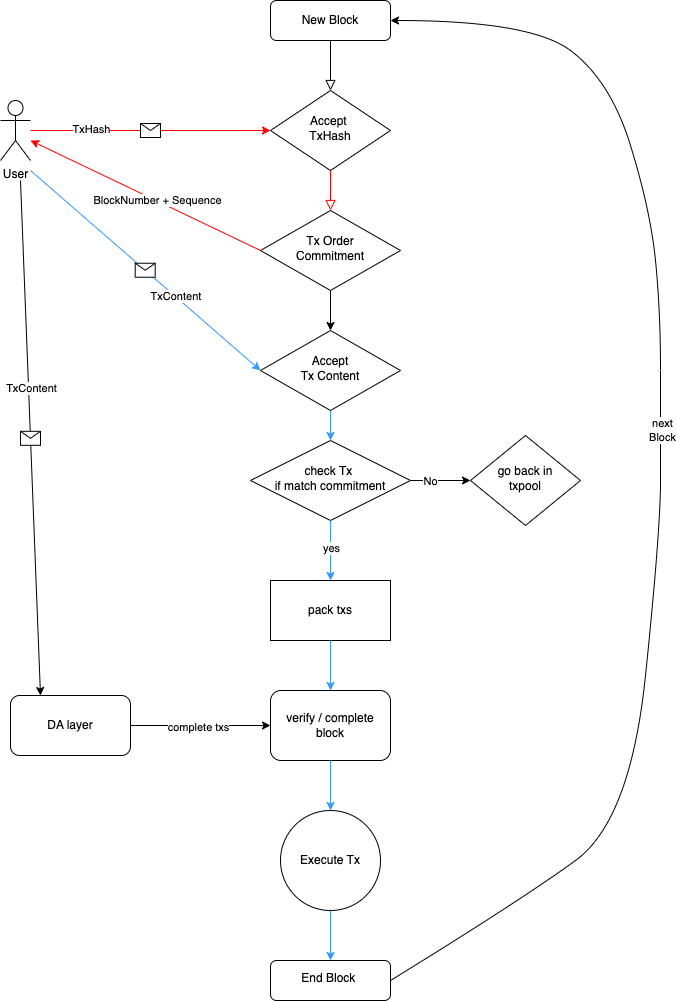
The draw.io diagram MEVless/docs/mevless.png in yu-org/nine-tripods, before a commit. Source tidied: cells renumbered, new cells last; positions are measured from the earlier drawing's top-left corner, leaving out a move shared by most shapes.
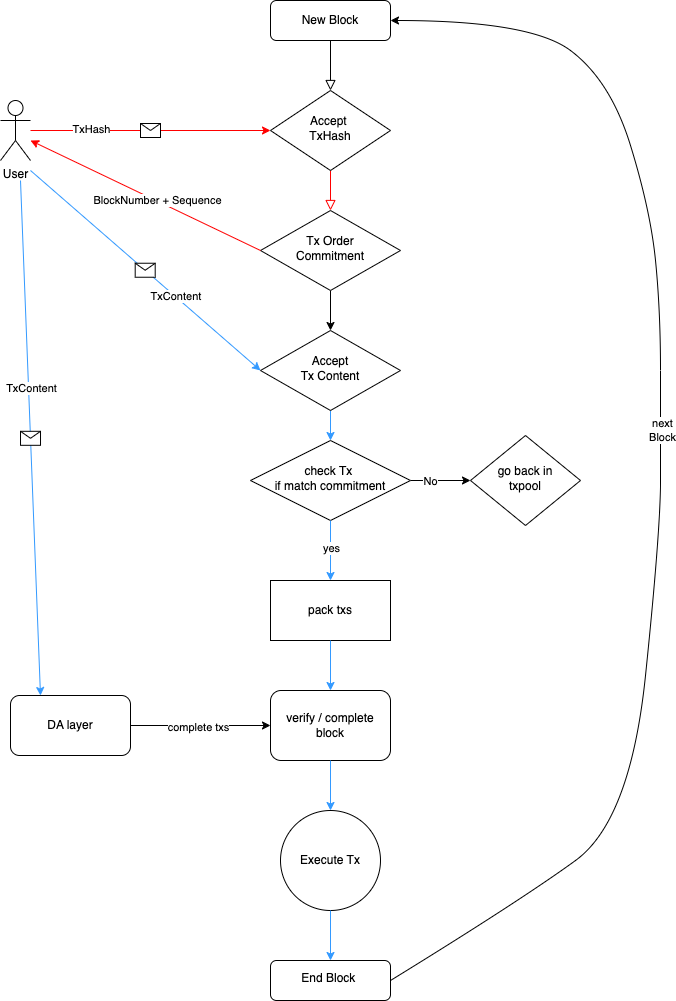
After the commit.

Change to the diagram source:
```diff
@@ -132,7 +132,7 @@
     <mxCell id="36" value="complete txs" style="edgeLabel;html=1;align=center;verticalAlign=middle;" parent="35" vertex="1">
       <mxGeometry x="-0.04" y="-1" relative="1" as="geometry" />
     </mxCell>
-    <mxCell id="37" style="endArrow=classic;html=1;rounded=0;entryX=0.25;entryY=0;entryDx=0;entryDy=0;" parent="1" edge="1" target="34">
+    <mxCell id="37" style="endArrow=classic;html=1;rounded=0;entryX=0.25;entryY=0;entryDx=0;entryDy=0;strokeColor=#3399FF;" parent="1" edge="1" target="34">
       <mxGeometry relative="1" as="geometry">
         <mxPoint x="20" y="180" as="sourcePoint" />
       </mxGeometry>
```
